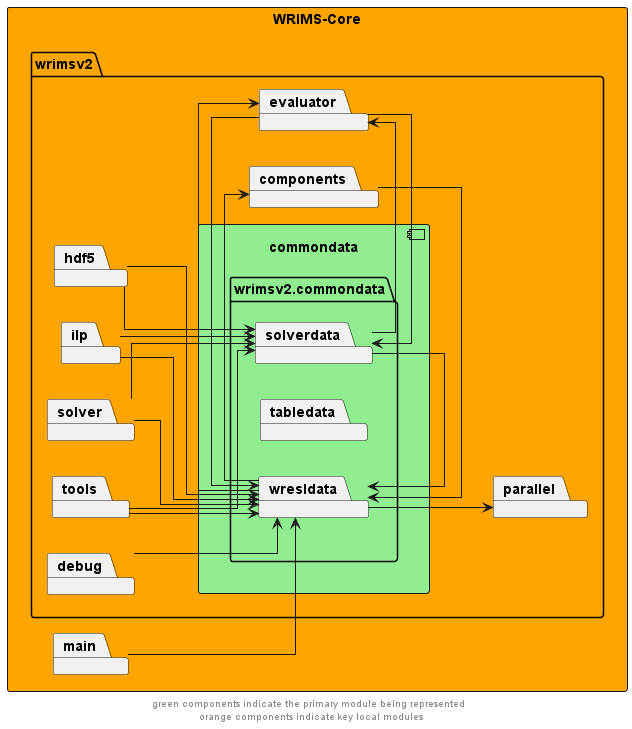
Before: docs/diagrams/wrims-core/wrims-core_commondata.png, a diagram exported from PlantUML (CentralValleyModeling/wrims).
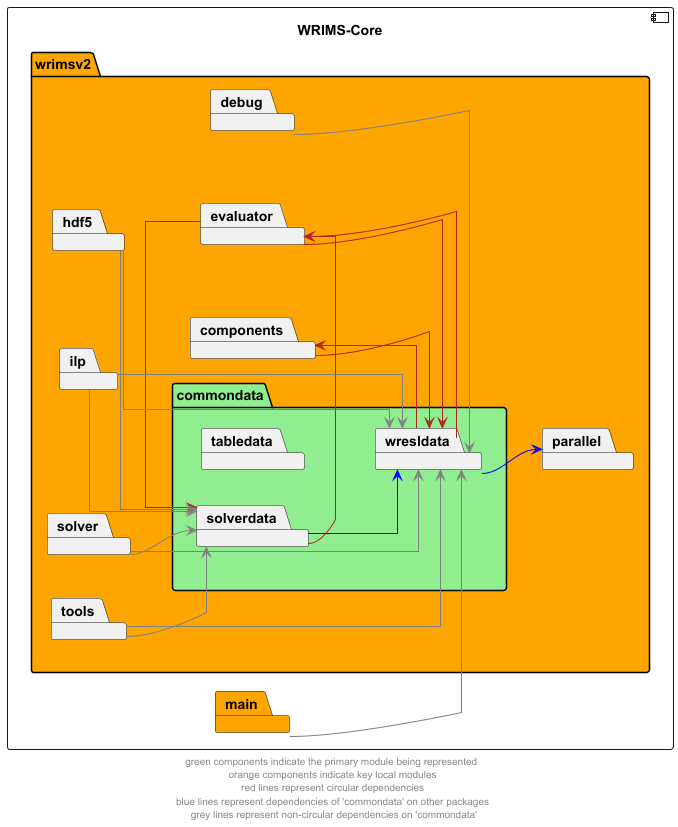
The same diagram one commit later.

Diff of the diagram source:
```diff
@@ -2,15 +2,15 @@
 left to right direction
 skinparam linetype ortho
 
-rectangle wrims_core as "WRIMS-Core" #orange {
-    package wrimsv2 {
-        component commondata #lightgreen {
-            package wrimsv2.commondata{
+component wrims_core as "WRIMS-Core" {
+    package wrimsv2 #orange {
+
+            package commondata #lightgreen {
                 package tabledata
                 package solverdata
                 package wresldata
             }
-        }
+
         package debug
         package evaluator
         package parallel
@@ -21,31 +21,31 @@
         package tools
 
     }
-package main
+package main #orange
 }
 
-wresldata --> parallel
-debug --> wresldata
-solverdata -l-> wresldata
-evaluator --> solverdata
-solverdata -r-> evaluator
-wresldata --> evaluator
-evaluator --> wresldata
-wresldata --> components
-components --> wresldata
-hdf5 -d-> solverdata
-hdf5 -d-> wresldata
-ilp --> solverdata
-ilp --> wresldata
-solver --> wresldata
-solver --> solverdata
-tools --> wresldata
-tools --> solverdata
-main --> wresldata
+wresldata --> parallel #blue
+debug --> wresldata #grey
+solverdata --> wresldata #blue
+evaluator --> solverdata #firebrick
+solverdata -r-> evaluator #firebrick
+wresldata --> evaluator #firebrick
+evaluator --> wresldata #firebrick
+wresldata --> components #firebrick
+components --> wresldata #firebrick
+hdf5 -d-> solverdata #grey
+hdf5 -d-> wresldata #grey
+ilp --> solverdata #grey
+ilp -r-> wresldata #grey
+solver --> wresldata #grey
+solver --> solverdata #grey
+tools --> wresldata #grey
+tools --> solverdata #grey
+main --> wresldata #grey
 
-components -l[hidden] wrimsv2.commondata
+components -l[hidden] commondata
 evaluator -d[hidden]-> tabledata
-evaluator -l[hidden]-> wrimsv2.commondata
+evaluator -l[hidden]-> commondata
 
-footer "green components indicate the primary module being represented \n orange components indicate key local modules"
+footer "green components indicate the primary module being represented \n orange components indicate key local modules \n red lines represent circular dependencies \n blue lines represent dependencies of 'commondata' on other packages \n grey lines represent non-circular dependencies on 'commondata'"
 @enduml
```
